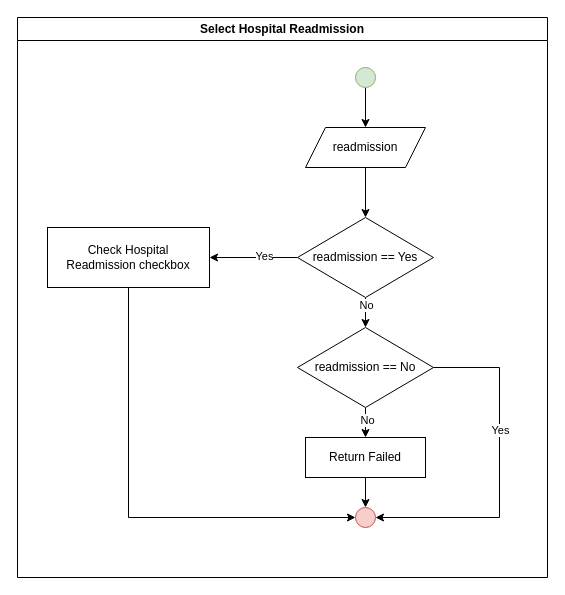
Above: page "Select Readmission" (5 of 10) of Docs/TestMakeAppointmentPage.drawio in MinhNguyen3/RobotFrameworkTraining (draw.io), before the change. Source tidied: cells renumbered, new cells numbered last; positions are measured from the earlier drawing's top-left corner, leaving out a move shared by most shapes. Both pictures are drawn from the tidied source at 100%, with x=0, y=0 at pixel (17, 17).
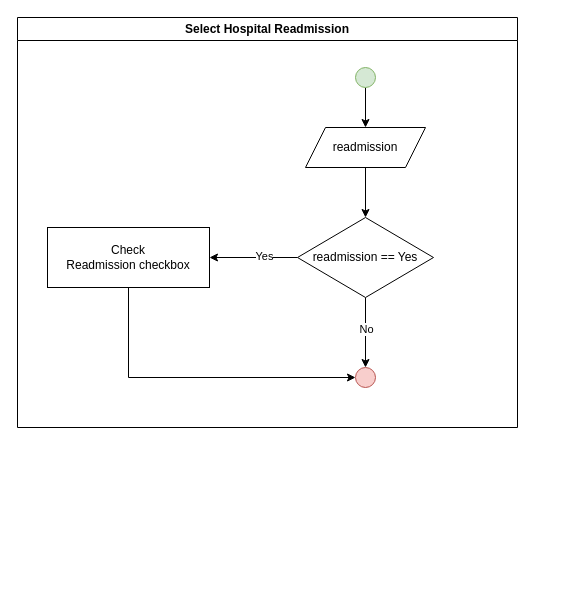
Above is the later version.

Unchanged cells that the change refers to:
```xml
<mxCell id="11" value="readmission == Yes" style="rhombus;whiteSpace=wrap;html=1;" parent="2" vertex="1">
  <mxGeometry x="280" y="200" width="136" height="80" as="geometry" />
</mxCell>
```

Diff of the diagram source:
```diff
@@
     <mxCell id="2" value="Select Hospital Readmission" style="swimlane;whiteSpace=wrap;html=1;" parent="1" vertex="1">
-      <mxGeometry width="530" height="560" as="geometry" />
+      <mxGeometry width="500" height="410" as="geometry" />
     </mxCell>
@@
-    <mxCell id="7" style="edgeStyle=orthogonalEdgeStyle;rounded=0;jettySize=auto;html=1;entryX=0.5;entryY=0;entryDx=0;entryDy=0;" parent="2" edge="1" source="11" target="16">
-      <mxGeometry relative="1" as="geometry" />
-    </mxCell>
-    <mxCell id="8" value="No" style="edgeLabel;html=1;align=center;verticalAlign=middle;" parent="7" vertex="1">
-      <mxGeometry x="-0.74" relative="1" as="geometry" />
-    </mxCell>
@@
+    <mxCell id="22" style="edgeStyle=orthogonalEdgeStyle;rounded=0;jettySize=auto;html=1;" parent="2" edge="1" source="11" target="19">
+      <mxGeometry relative="1" as="geometry" />
+    </mxCell>
+    <mxCell id="23" value="No" style="edgeLabel;html=1;align=center;verticalAlign=middle;" parent="22" vertex="1">
+      <mxGeometry x="-0.11" relative="1" as="geometry" />
+    </mxCell>
@@
-    <mxCell id="12" style="edgeStyle=orthogonalEdgeStyle;rounded=0;jettySize=auto;html=1;" parent="2" edge="1" source="16" target="18">
-      <mxGeometry relative="1" as="geometry" />
-    </mxCell>
-    <mxCell id="13" value="No" style="edgeLabel;html=1;align=center;verticalAlign=middle;" parent="12" vertex="1">
-      <mxGeometry x="0.26" y="1" relative="1" as="geometry" />
-    </mxCell>
-    <mxCell id="14" style="edgeStyle=orthogonalEdgeStyle;rounded=0;jettySize=auto;html=1;exitX=1;exitY=0.5;exitDx=0;exitDy=0;entryX=1;entryY=0.5;entryDx=0;entryDy=0;" parent="2" edge="1" source="16" target="19">
-      <mxGeometry relative="1" as="geometry">
-        <Array as="points">
-          <mxPoint x="482" y="350" />
-          <mxPoint x="482" y="500" />
-        </Array>
-      </mxGeometry>
-    </mxCell>
-    <mxCell id="15" value="Yes" style="edgeLabel;html=1;align=center;verticalAlign=middle;" parent="14" vertex="1">
-      <mxGeometry x="-0.25" relative="1" as="geometry" />
-    </mxCell>
-    <mxCell id="16" value="readmission == No" style="rhombus;whiteSpace=wrap;html=1;" parent="2" vertex="1">
-      <mxGeometry x="280" y="310" width="136" height="80" as="geometry" />
-    </mxCell>
-    <mxCell id="17" style="edgeStyle=orthogonalEdgeStyle;rounded=0;jettySize=auto;html=1;exitX=0.5;exitY=1;exitDx=0;exitDy=0;entryX=0.5;entryY=0;entryDx=0;entryDy=0;" parent="2" edge="1" source="18" target="19">
-      <mxGeometry relative="1" as="geometry" />
-    </mxCell>
-    <mxCell id="18" value="Return Failed" style="whiteSpace=wrap;html=1;" parent="2" vertex="1">
-      <mxGeometry x="288" y="420" width="120" height="40" as="geometry" />
-    </mxCell>
     <mxCell id="19" style="ellipse;whiteSpace=wrap;html=1;fillColor=#f8cecc;strokeColor=#b85450;" parent="2" vertex="1">
-      <mxGeometry x="338" y="490" width="20" height="20" as="geometry" />
+      <mxGeometry x="338" y="350" width="20" height="20" as="geometry" />
     </mxCell>
@@
-    <mxCell id="21" value="Check Hospital&lt;div&gt;Readmission checkbox&lt;/div&gt;" style="whiteSpace=wrap;html=1;" parent="2" vertex="1">
+    <mxCell id="21" value="Check&lt;div&gt;Readmission checkbox&lt;/div&gt;" style="whiteSpace=wrap;html=1;" parent="2" vertex="1">
       <mxGeometry x="30" y="210" width="162" height="60" as="geometry" />
     </mxCell>
```
